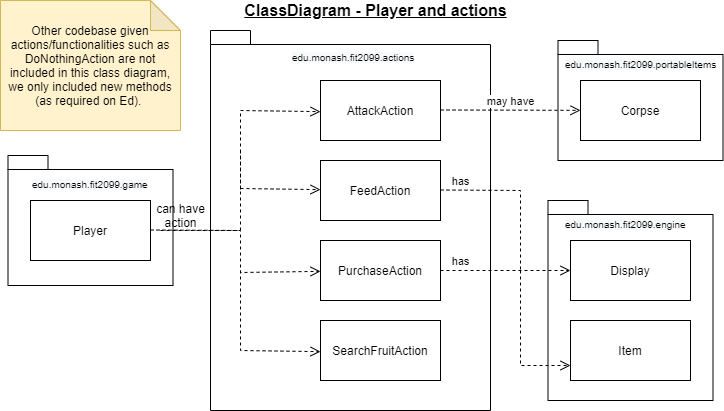
Earlier version of the draw.io export assignment_workings/ClassDiagram - Player and actions.png (mltw/fit2099-jurassic-park-2021). Source tidied: cells renumbered, new cells last; positions are measured from the earlier drawing's top-left corner, leaving out a move shared by most shapes. Source of this version:
```xml
<mxGraphModel>
  <root>
    <mxCell id="0" />
    <mxCell id="1" parent="0" />
    <mxCell id="2" style="shape=folder;fontStyle=1;spacingTop=10;tabWidth=40;tabHeight=14;tabPosition=left;html=1;" parent="1" vertex="1">
      <mxGeometry x="7.5" y="155" width="165" height="130" as="geometry" />
    </mxCell>
    <mxCell id="3" style="shape=folder;fontStyle=1;spacingTop=10;tabWidth=40;tabHeight=14;tabPosition=left;html=1;" parent="1" vertex="1">
      <mxGeometry x="547.5" y="200" width="165" height="200" as="geometry" />
    </mxCell>
    <mxCell id="4" style="shape=folder;fontStyle=1;spacingTop=10;tabWidth=40;tabHeight=14;tabPosition=left;html=1;" parent="1" vertex="1">
      <mxGeometry x="557.5" y="40" width="165" height="120" as="geometry" />
    </mxCell>
    <mxCell id="5" style="shape=folder;fontStyle=1;spacingTop=10;tabWidth=40;tabHeight=14;tabPosition=left;html=1;" parent="1" vertex="1">
      <mxGeometry x="210" y="30" width="280" height="380" as="geometry" />
    </mxCell>
    <mxCell id="6" value="&lt;font style=&quot;font-size: 16px&quot;&gt;&lt;b&gt;&lt;u&gt;ClassDiagram - Player and actions&lt;/u&gt;&lt;/b&gt;&lt;/font&gt;" style="text;html=1;align=center;verticalAlign=middle;strokeColor=none;" parent="1" vertex="1">
      <mxGeometry x="235" width="280" height="20" as="geometry" />
    </mxCell>
    <mxCell id="7" value="Player" style="rounded=0;whiteSpace=wrap;html=1;" parent="1" vertex="1">
      <mxGeometry x="30" y="200" width="120" height="60" as="geometry" />
    </mxCell>
    <mxCell id="8" value="AttackAction" style="rounded=0;whiteSpace=wrap;html=1;" parent="1" vertex="1">
      <mxGeometry x="320" y="80" width="120" height="60" as="geometry" />
    </mxCell>
    <mxCell id="9" value="FeedAction" style="rounded=0;whiteSpace=wrap;html=1;" parent="1" vertex="1">
      <mxGeometry x="320" y="160" width="120" height="60" as="geometry" />
    </mxCell>
    <mxCell id="10" value="PurchaseAction" style="rounded=0;whiteSpace=wrap;html=1;" parent="1" vertex="1">
      <mxGeometry x="320" y="240" width="120" height="60" as="geometry" />
    </mxCell>
    <mxCell id="11" value="SearchFruitAction" style="rounded=0;whiteSpace=wrap;html=1;" parent="1" vertex="1">
      <mxGeometry x="320" y="320" width="120" height="60" as="geometry" />
    </mxCell>
    <mxCell id="12" style="html=1;verticalAlign=bottom;endArrow=open;dashed=1;endSize=8;rounded=0;" parent="1" edge="1" target="9">
      <mxGeometry x="-0.81" y="-10" relative="1" as="geometry">
        <mxPoint x="150" y="229.5" as="sourcePoint" />
        <Array as="points">
          <mxPoint x="240" y="230" />
          <mxPoint x="240" y="188" />
        </Array>
      </mxGeometry>
    </mxCell>
    <mxCell id="13" value="can have&lt;br&gt;action" style="text;html=1;align=center;verticalAlign=middle;strokeColor=none;" parent="1" vertex="1">
      <mxGeometry x="150" y="200" width="60" height="30" as="geometry" />
    </mxCell>
    <mxCell id="14" style="html=1;verticalAlign=bottom;endArrow=open;dashed=1;endSize=8;rounded=0;" parent="1" edge="1" target="10">
      <mxGeometry x="-0.81" y="-10" relative="1" as="geometry">
        <mxPoint x="160" y="230" as="sourcePoint" />
        <Array as="points">
          <mxPoint x="240" y="230" />
          <mxPoint x="240" y="272" />
        </Array>
      </mxGeometry>
    </mxCell>
    <mxCell id="15" style="html=1;verticalAlign=bottom;endArrow=open;dashed=1;endSize=8;rounded=0;" parent="1" edge="1">
      <mxGeometry x="-0.81" y="-10" relative="1" as="geometry">
        <mxPoint x="240" y="150" as="sourcePoint" />
        <mxPoint x="320" y="111.1" as="targetPoint" />
        <Array as="points">
          <mxPoint x="240" y="190" />
          <mxPoint x="240" y="152" />
          <mxPoint x="240" y="110" />
        </Array>
      </mxGeometry>
    </mxCell>
    <mxCell id="16" style="html=1;verticalAlign=bottom;endArrow=open;dashed=1;endSize=8;rounded=0;" parent="1" edge="1">
      <mxGeometry x="-0.81" y="-10" relative="1" as="geometry">
        <mxPoint x="240" y="270" as="sourcePoint" />
        <mxPoint x="320" y="351.1" as="targetPoint" />
        <Array as="points">
          <mxPoint x="240" y="300" />
          <mxPoint x="240" y="350" />
        </Array>
      </mxGeometry>
    </mxCell>
    <mxCell id="17" value="Display" style="rounded=0;whiteSpace=wrap;html=1;" parent="1" vertex="1">
      <mxGeometry x="570" y="240" width="120" height="60" as="geometry" />
    </mxCell>
    <mxCell id="18" value="has" style="html=1;verticalAlign=bottom;endArrow=open;dashed=1;endSize=8;entryX=0;entryY=0.5;entryDx=0;entryDy=0;" parent="1" edge="1" target="17">
      <mxGeometry x="-0.69" relative="1" as="geometry">
        <mxPoint x="440" y="270" as="sourcePoint" />
      </mxGeometry>
    </mxCell>
    <mxCell id="19" value="&lt;span style=&quot;color: rgb(0 , 0 , 0) ; font-family: &amp;#34;helvetica&amp;#34; ; font-size: 10px ; font-style: normal ; font-weight: 400 ; letter-spacing: normal ; text-align: center ; text-indent: 0px ; text-transform: none ; word-spacing: 0px ; background-color: rgb(248 , 249 , 250) ; display: inline ; float: none&quot;&gt;edu.monash.fit2099.actions&lt;/span&gt;" style="text;whiteSpace=wrap;html=1;" parent="1" vertex="1">
      <mxGeometry x="290" y="43" width="160" height="30" as="geometry" />
    </mxCell>
    <mxCell id="20" value="Item" style="rounded=0;whiteSpace=wrap;html=1;" parent="1" vertex="1">
      <mxGeometry x="570" y="320" width="120" height="60" as="geometry" />
    </mxCell>
    <mxCell id="21" style="html=1;verticalAlign=bottom;endArrow=open;dashed=1;endSize=8;entryX=0;entryY=0.75;entryDx=0;entryDy=0;rounded=0;" parent="1" edge="1" target="20">
      <mxGeometry relative="1" as="geometry">
        <mxPoint x="520" y="270" as="sourcePoint" />
        <Array as="points">
          <mxPoint x="520" y="365" />
        </Array>
      </mxGeometry>
    </mxCell>
    <mxCell id="22" value="has" style="html=1;verticalAlign=bottom;endArrow=none;dashed=1;endSize=8;endFill=0;rounded=0;" parent="1" edge="1">
      <mxGeometry x="-0.75" relative="1" as="geometry">
        <mxPoint x="440" y="189.5" as="sourcePoint" />
        <mxPoint x="520" y="270" as="targetPoint" />
        <Array as="points">
          <mxPoint x="520" y="190" />
        </Array>
      </mxGeometry>
    </mxCell>
    <mxCell id="23" value="Corpse" style="rounded=0;whiteSpace=wrap;html=1;" parent="1" vertex="1">
      <mxGeometry x="580" y="80" width="120" height="60" as="geometry" />
    </mxCell>
    <mxCell id="24" value="may have" style="html=1;verticalAlign=bottom;endArrow=open;dashed=1;endSize=8;" parent="1" edge="1" target="23">
      <mxGeometry relative="1" as="geometry">
        <mxPoint x="440" y="109.5" as="sourcePoint" />
      </mxGeometry>
    </mxCell>
    <mxCell id="25" value="&lt;span style=&quot;color: rgb(0 , 0 , 0) ; font-family: &amp;#34;helvetica&amp;#34; ; font-size: 10px ; font-style: normal ; font-weight: 400 ; letter-spacing: normal ; text-align: center ; text-indent: 0px ; text-transform: none ; word-spacing: 0px ; background-color: rgb(248 , 249 , 250) ; display: inline ; float: none&quot;&gt;edu.monash.fit2099.portableItems&lt;/span&gt;" style="text;whiteSpace=wrap;html=1;" parent="1" vertex="1">
      <mxGeometry x="562.5" y="50" width="160" height="30" as="geometry" />
    </mxCell>
    <mxCell id="26" value="&lt;span style=&quot;color: rgb(0 , 0 , 0) ; font-family: &amp;#34;helvetica&amp;#34; ; font-size: 10px ; font-style: normal ; font-weight: 400 ; letter-spacing: normal ; text-align: center ; text-indent: 0px ; text-transform: none ; word-spacing: 0px ; background-color: rgb(248 , 249 , 250) ; display: inline ; float: none&quot;&gt;edu.monash.fit2099.engine&lt;/span&gt;" style="text;whiteSpace=wrap;html=1;" parent="1" vertex="1">
      <mxGeometry x="562.5" y="210" width="160" height="30" as="geometry" />
    </mxCell>
    <mxCell id="27" value="&lt;span style=&quot;color: rgb(0 , 0 , 0) ; font-family: &amp;#34;helvetica&amp;#34; ; font-size: 10px ; font-style: normal ; font-weight: 400 ; letter-spacing: normal ; text-align: center ; text-indent: 0px ; text-transform: none ; word-spacing: 0px ; background-color: rgb(248 , 249 , 250) ; display: inline ; float: none&quot;&gt;edu.monash.fit2099.game&lt;/span&gt;" style="text;whiteSpace=wrap;html=1;" parent="1" vertex="1">
      <mxGeometry x="30" y="170" width="160" height="30" as="geometry" />
    </mxCell>
    <mxCell id="28" value="Other codebase given actions/functionalities such as DoNothingAction are not included in this class diagram, we only included new methods (as required on Ed).&amp;nbsp;" style="shape=note;whiteSpace=wrap;html=1;backgroundOutline=1;darkOpacity=0.05;fillColor=#fff2cc;strokeColor=#d6b656;" parent="1" vertex="1">
      <mxGeometry width="180" height="130" as="geometry" />
    </mxCell>
  </root>
</mxGraphModel>
```
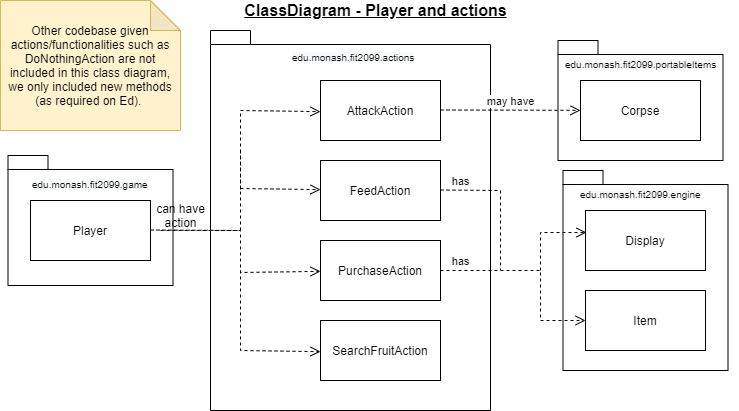
Later version of the same file.

What changed in the source:
```diff
@@ -6,7 +6,7 @@
       <mxGeometry x="7.5" y="155" width="165" height="130" as="geometry" />
     </mxCell>
     <mxCell id="3" style="shape=folder;fontStyle=1;spacingTop=10;tabWidth=40;tabHeight=14;tabPosition=left;html=1;" parent="1" vertex="1">
-      <mxGeometry x="547.5" y="200" width="165" height="200" as="geometry" />
+      <mxGeometry x="562.5" y="170" width="165" height="200" as="geometry" />
     </mxCell>
     <mxCell id="4" style="shape=folder;fontStyle=1;spacingTop=10;tabWidth=40;tabHeight=14;tabPosition=left;html=1;" parent="1" vertex="1">
       <mxGeometry x="557.5" y="40" width="165" height="120" as="geometry" />
@@ -75,36 +75,23 @@
       </mxGeometry>
     </mxCell>
     <mxCell id="17" value="Display" style="rounded=0;whiteSpace=wrap;html=1;" parent="1" vertex="1">
-      <mxGeometry x="570" y="240" width="120" height="60" as="geometry" />
+      <mxGeometry x="585" y="210" width="120" height="60" as="geometry" />
     </mxCell>
-    <mxCell id="18" value="has" style="html=1;verticalAlign=bottom;endArrow=open;dashed=1;endSize=8;entryX=0;entryY=0.5;entryDx=0;entryDy=0;" parent="1" edge="1" target="17">
-      <mxGeometry x="-0.69" relative="1" as="geometry">
+    <mxCell id="18" value="has" style="html=1;verticalAlign=bottom;endArrow=open;dashed=1;endSize=8;entryX=0;entryY=0.5;entryDx=0;entryDy=0;rounded=0;" parent="1" edge="1" target="20">
+      <mxGeometry x="-0.79" relative="1" as="geometry">
         <mxPoint x="440" y="270" as="sourcePoint" />
+        <Array as="points">
+          <mxPoint x="540" y="270" />
+          <mxPoint x="540" y="320" />
+        </Array>
       </mxGeometry>
     </mxCell>
     <mxCell id="19" value="&lt;span style=&quot;color: rgb(0 , 0 , 0) ; font-family: &amp;#34;helvetica&amp;#34; ; font-size: 10px ; font-style: normal ; font-weight: 400 ; letter-spacing: normal ; text-align: center ; text-indent: 0px ; text-transform: none ; word-spacing: 0px ; background-color: rgb(248 , 249 , 250) ; display: inline ; float: none&quot;&gt;edu.monash.fit2099.actions&lt;/span&gt;" style="text;whiteSpace=wrap;html=1;" parent="1" vertex="1">
       <mxGeometry x="290" y="43" width="160" height="30" as="geometry" />
     </mxCell>
     <mxCell id="20" value="Item" style="rounded=0;whiteSpace=wrap;html=1;" parent="1" vertex="1">
-      <mxGeometry x="570" y="320" width="120" height="60" as="geometry" />
+      <mxGeometry x="585" y="290" width="120" height="60" as="geometry" />
     </mxCell>
-    <mxCell id="21" style="html=1;verticalAlign=bottom;endArrow=open;dashed=1;endSize=8;entryX=0;entryY=0.75;entryDx=0;entryDy=0;rounded=0;" parent="1" edge="1" target="20">
-      <mxGeometry relative="1" as="geometry">
-        <mxPoint x="520" y="270" as="sourcePoint" />
-        <Array as="points">
-          <mxPoint x="520" y="365" />
-        </Array>
-      </mxGeometry>
-    </mxCell>
-    <mxCell id="22" value="has" style="html=1;verticalAlign=bottom;endArrow=none;dashed=1;endSize=8;endFill=0;rounded=0;" parent="1" edge="1">
-      <mxGeometry x="-0.75" relative="1" as="geometry">
-        <mxPoint x="440" y="189.5" as="sourcePoint" />
-        <mxPoint x="520" y="270" as="targetPoint" />
-        <Array as="points">
-          <mxPoint x="520" y="190" />
-        </Array>
-      </mxGeometry>
-    </mxCell>
     <mxCell id="23" value="Corpse" style="rounded=0;whiteSpace=wrap;html=1;" parent="1" vertex="1">
       <mxGeometry x="580" y="80" width="120" height="60" as="geometry" />
     </mxCell>
@@ -117,7 +104,7 @@
       <mxGeometry x="562.5" y="50" width="160" height="30" as="geometry" />
     </mxCell>
     <mxCell id="26" value="&lt;span style=&quot;color: rgb(0 , 0 , 0) ; font-family: &amp;#34;helvetica&amp;#34; ; font-size: 10px ; font-style: normal ; font-weight: 400 ; letter-spacing: normal ; text-align: center ; text-indent: 0px ; text-transform: none ; word-spacing: 0px ; background-color: rgb(248 , 249 , 250) ; display: inline ; float: none&quot;&gt;edu.monash.fit2099.engine&lt;/span&gt;" style="text;whiteSpace=wrap;html=1;" parent="1" vertex="1">
-      <mxGeometry x="562.5" y="210" width="160" height="30" as="geometry" />
+      <mxGeometry x="577.5" y="180" width="160" height="30" as="geometry" />
     </mxCell>
     <mxCell id="27" value="&lt;span style=&quot;color: rgb(0 , 0 , 0) ; font-family: &amp;#34;helvetica&amp;#34; ; font-size: 10px ; font-style: normal ; font-weight: 400 ; letter-spacing: normal ; text-align: center ; text-indent: 0px ; text-transform: none ; word-spacing: 0px ; background-color: rgb(248 , 249 , 250) ; display: inline ; float: none&quot;&gt;edu.monash.fit2099.game&lt;/span&gt;" style="text;whiteSpace=wrap;html=1;" parent="1" vertex="1">
       <mxGeometry x="30" y="170" width="160" height="30" as="geometry" />
@@ -125,5 +112,22 @@
     <mxCell id="28" value="Other codebase given actions/functionalities such as DoNothingAction are not included in this class diagram, we only included new methods (as required on Ed).&amp;nbsp;" style="shape=note;whiteSpace=wrap;html=1;backgroundOutline=1;darkOpacity=0.05;fillColor=#fff2cc;strokeColor=#d6b656;" parent="1" vertex="1">
       <mxGeometry width="180" height="130" as="geometry" />
     </mxCell>
+    <mxCell id="22" value="has" style="html=1;verticalAlign=bottom;endArrow=none;dashed=1;endSize=8;rounded=0;endFill=0;" parent="1" edge="1">
+      <mxGeometry x="-0.71" relative="1" as="geometry">
+        <mxPoint x="440" y="189.5" as="sourcePoint" />
+        <mxPoint x="500" y="270" as="targetPoint" />
+        <Array as="points">
+          <mxPoint x="500" y="190" />
+        </Array>
+      </mxGeometry>
+    </mxCell>
+    <mxCell id="29" style="html=1;verticalAlign=bottom;endArrow=open;dashed=1;endSize=8;rounded=0;entryX=0.008;entryY=0.367;entryDx=0;entryDy=0;entryPerimeter=0;" parent="1" edge="1" target="17">
+      <mxGeometry x="-0.81" y="-10" relative="1" as="geometry">
+        <mxPoint x="540" y="270" as="sourcePoint" />
+        <Array as="points">
+          <mxPoint x="540" y="232" />
+        </Array>
+      </mxGeometry>
+    </mxCell>
   </root>
 </mxGraphModel>
```
